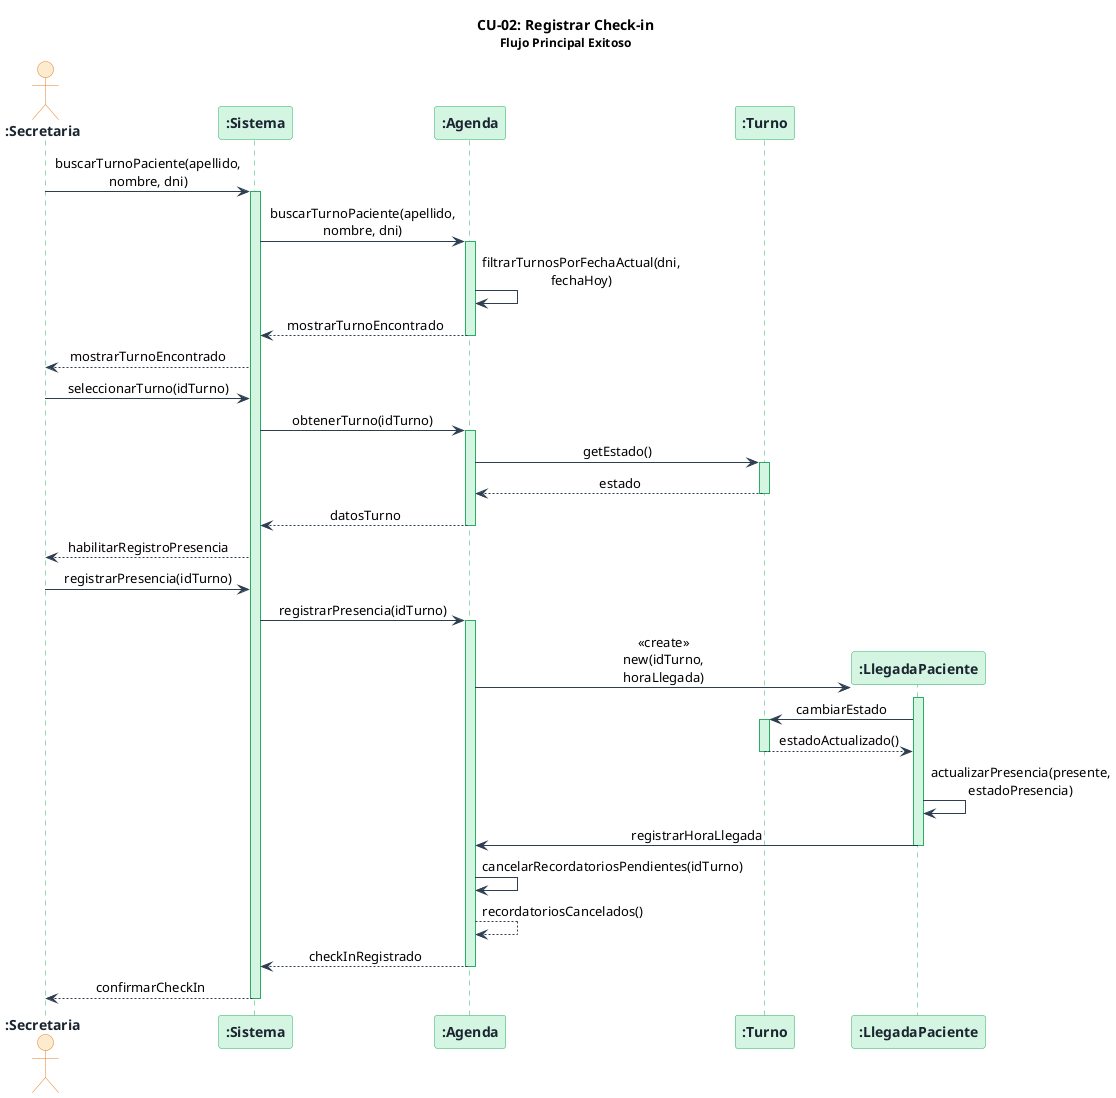
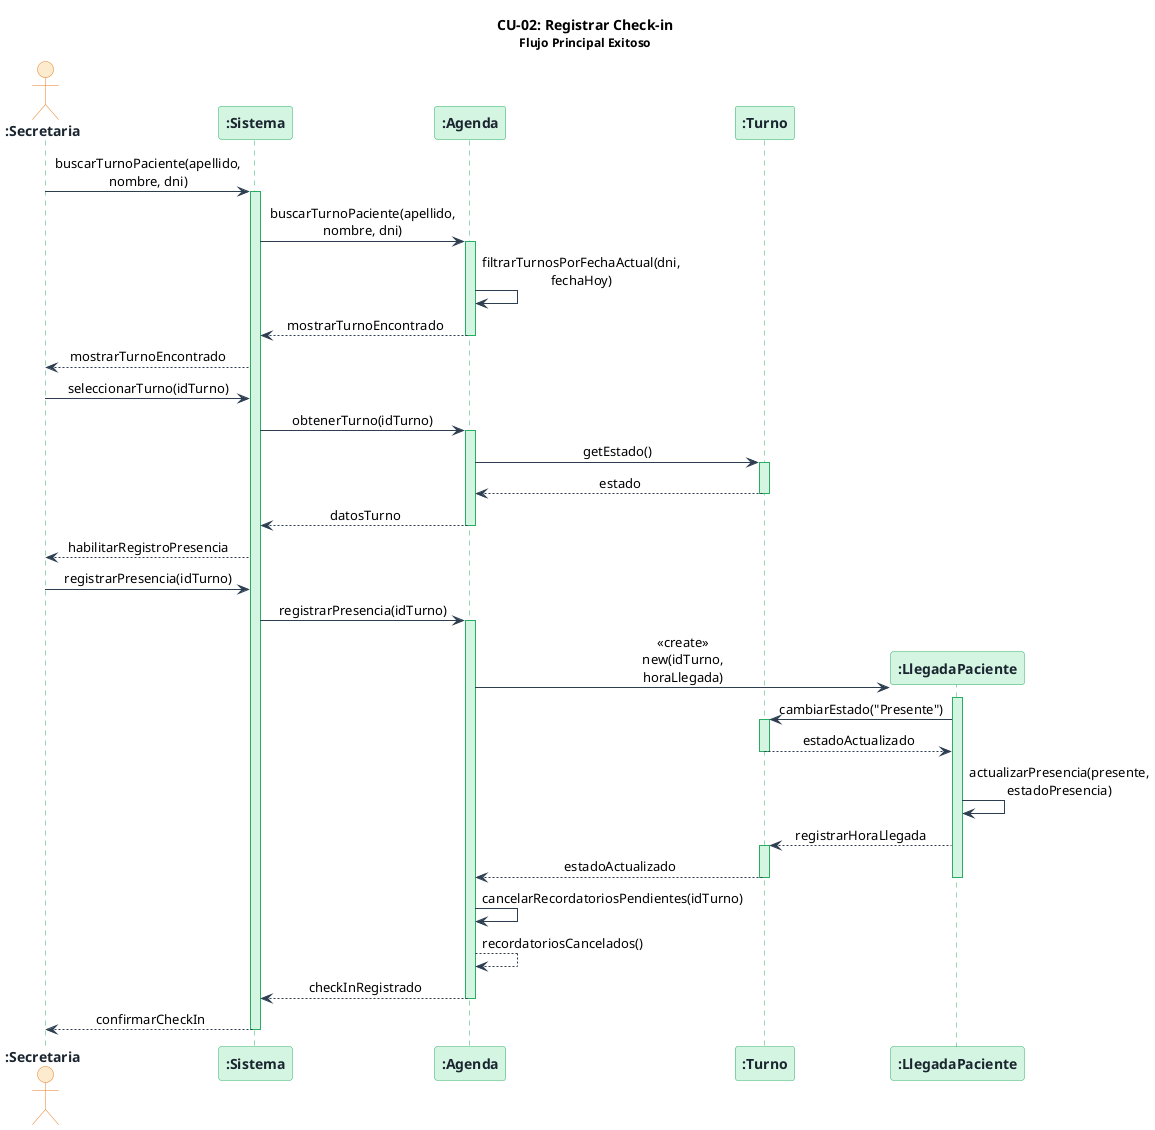
@startuml 05-cu02-registrar-checkin

skinparam sequenceMessageAlign center
skinparam responseMessageBelowArrow true
skinparam maxMessageSize 160
skinparam sequence {
    ArrowColor          #2C3E50
    LifeLineBorderColor #27AE60
    LifeLineBackgroundColor #D5F5E3
    BoxBackgroundColor  #FDFEFE
    BoxBorderColor      #2C3E50
}
skinparam participant {
    BackgroundColor #D5F5E3
    BorderColor     #27AE60
    FontColor       #1A252F
    FontStyle       bold
}
skinparam actor {
    BackgroundColor #FDEBD0
    BorderColor     #E67E22
    FontColor       #1A252F
    FontStyle       bold
}

title **CU-02: Registrar Check-in**\n<size:12>Flujo Principal Exitoso</size>

actor    ":Secretaria"          as secretaria
participant ":Sistema"          as sistema
participant ":Agenda"           as agenda
participant ":Turno"            as turno
participant ":LlegadaPaciente"  as llegadaPaciente

' ── 1. Búsqueda del turno del paciente ─────────────────────────────────────
secretaria  ->  sistema         : buscarTurnoPaciente(apellido, nombre, dni)
activate sistema
sistema     ->  agenda          : buscarTurnoPaciente(apellido, nombre, dni)
activate agenda
agenda      ->  agenda          : filtrarTurnosPorFechaActual(dni, fechaHoy)
agenda      -->  sistema        : mostrarTurnoEncontrado
deactivate agenda
sistema     -->  secretaria     : mostrarTurnoEncontrado

' ── 2. Selección y verificación del turno ──────────────────────────────────
secretaria  ->  sistema         : seleccionarTurno(idTurno)
sistema     ->  agenda          : obtenerTurno(idTurno)
activate agenda
agenda      ->  turno           : getEstado()
activate turno
turno       -->  agenda         : estado
deactivate turno
agenda      -->  sistema        : datosTurno
deactivate agenda
sistema     -->  secretaria     : habilitarRegistroPresencia

' ── 3. Registro de presencia y creación de LlegadaPaciente ─────────────────
secretaria  ->  sistema         : registrarPresencia(idTurno)
sistema     ->  agenda          : registrarPresencia(idTurno)
activate agenda

create llegadaPaciente
agenda      ->  llegadaPaciente : <<create>>\nnew(idTurno, horaLlegada)
activate llegadaPaciente

- llegadaPaciente ->  turno       : cambiarEstado
+ llegadaPaciente ->  turno       : cambiarEstado("Presente")
activate turno
- turno       -->  llegadaPaciente : estadoActualizado()
+ turno       -->  llegadaPaciente : estadoActualizado
deactivate turno

llegadaPaciente ->  llegadaPaciente : actualizarPresencia(presente, estadoPresencia)
- 
- llegadaPaciente ->  agenda      : registrarHoraLlegada
- 
- 
+ llegadaPaciente -->  turno      : registrarHoraLlegada
+ activate turno
+ turno --> agenda : estadoActualizado
deactivate llegadaPaciente
+ deactivate turno

' ── 5. Cancelación de recordatorios pendientes ─────────────────────────────
agenda      ->  agenda          : cancelarRecordatoriosPendientes(idTurno)
agenda      -->  agenda         : recordatoriosCancelados()

agenda      -->  sistema        : checkInRegistrado
deactivate agenda

' ── 6. Confirmación a la secretaria ────────────────────────────────────────
sistema     -->  secretaria     : confirmarCheckIn
deactivate sistema

@enduml
